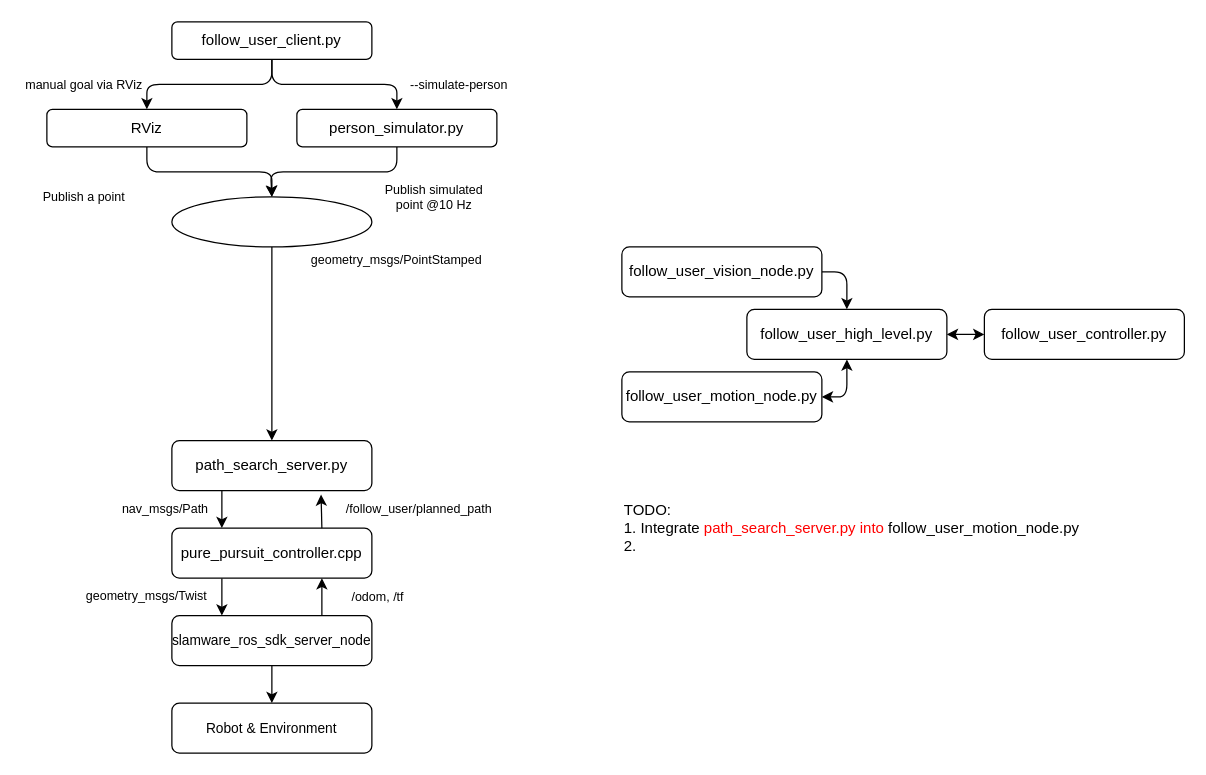
squirel2000/asus_rb keeps this draw.io diagram as src/follow_user/flowchart.drawio. Above is the earlier version. Source tidied: cells renumbered, new cells numbered last; positions are measured from the earlier drawing's top-left corner, leaving out a move shared by most shapes. Both pictures are drawn from the tidied source at 125%, with x=0, y=0 at pixel (21, 21).
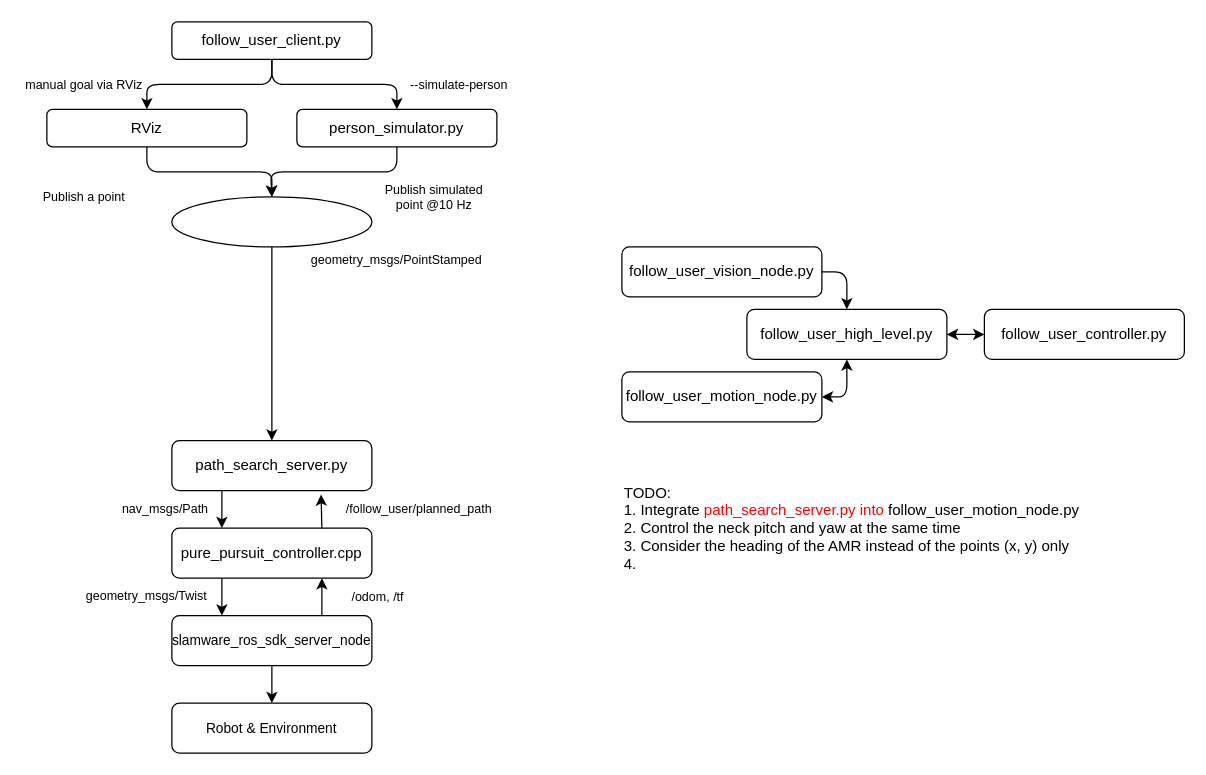
Above is the later version.

Commit message (it also covers changes not shown here):
Add animate_pose_comparison script and update follow_user flowchart

What changed in the source:
```diff
@@
-    <mxCell id="36" value="TODO:&lt;br&gt;1. Integrate&amp;nbsp;&lt;span style=&quot;color: rgb(255, 0, 0);&quot;&gt;path_search_server.py into&amp;nbsp;&lt;/span&gt;follow_user_motion_node.py&lt;br&gt;2.&amp;nbsp;" style="text;html=1;align=left;verticalAlign=middle;whiteSpace=wrap;rounded=0;fontSize=12;fontColor=light-dark(#000000,#FF0000);" parent="1" vertex="1">
+    <mxCell id="36" value="TODO:&lt;br&gt;1. Integrate&amp;nbsp;&lt;span style=&quot;color: rgb(255, 0, 0);&quot;&gt;path_search_server.py into&amp;nbsp;&lt;/span&gt;follow_user_motion_node.py&lt;br&gt;2. Control the neck pitch and yaw at the same time&lt;div&gt;3. Consider the heading of the AMR instead of the points (x, y) only&lt;/div&gt;&lt;div&gt;4.&amp;nbsp;&lt;/div&gt;" style="text;html=1;align=left;verticalAlign=middle;whiteSpace=wrap;rounded=0;fontSize=12;fontColor=light-dark(#000000,#FF0000);" parent="1" vertex="1">
       <mxGeometry x="480" y="349" width="400" height="111" as="geometry" />
     </mxCell>
```
